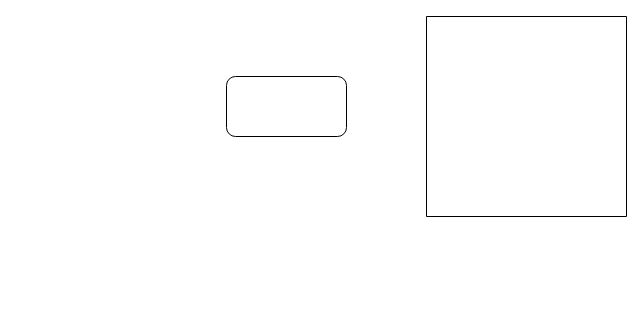
Before: Untitled Diagram.drawio in songyaolun/draw.io, a draw.io diagram. Source tidied: cells renumbered, new cells numbered last; positions are measured from the earlier drawing's top-left corner, leaving out a move shared by most shapes. Both pictures are drawn from the tidied source at 100%, with x=0, y=0 at pixel (226, 16).
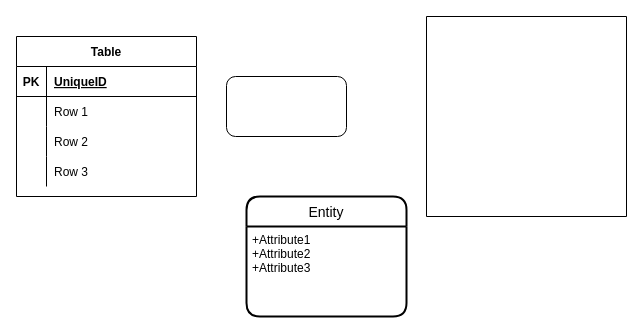
Above is the later version.

What changed in the source:
```diff
@@
 <mxGraphModel>
   <root>
     <mxCell id="0" />
     <mxCell id="1" parent="0" />
     <mxCell id="2" style="rounded=1;whiteSpace=wrap;html=1;" parent="1" vertex="1">
       <mxGeometry y="60" width="120" height="60" as="geometry" />
     </mxCell>
     <mxCell id="3" style="swimlane;startSize=0;" parent="1" vertex="1">
       <mxGeometry x="200" width="200" height="200" as="geometry" />
     </mxCell>
+    <mxCell id="4" value="Table" style="shape=table;startSize=30;childLayout=tableLayout;rowLines=0;fontStyle=1;align=center;" parent="1" vertex="1">
+      <mxGeometry x="-210" y="20" width="180" height="160" as="geometry" />
+    </mxCell>
+    <mxCell id="5" style="shape=partialRectangle;fillColor=none;top=0;left=0;bottom=1;right=0;" parent="4" vertex="1">
+      <mxGeometry y="30" width="180" height="30" as="geometry" />
+    </mxCell>
+    <mxCell id="6" value="PK" style="shape=partialRectangle;fillColor=none;top=0;left=0;bottom=0;right=0;fontStyle=1;overflow=hidden;" parent="5" vertex="1">
+      <mxGeometry width="30" height="30" as="geometry" />
+    </mxCell>
+    <mxCell id="7" value="UniqueID" style="shape=partialRectangle;fillColor=none;top=0;left=0;bottom=0;right=0;align=left;spacingLeft=6;fontStyle=5;overflow=hidden;" parent="5" vertex="1">
+      <mxGeometry x="30" width="150" height="30" as="geometry" />
+    </mxCell>
+    <mxCell id="8" style="shape=partialRectangle;fillColor=none;top=0;left=0;bottom=0;right=0;" parent="4" vertex="1">
+      <mxGeometry y="60" width="180" height="30" as="geometry" />
+    </mxCell>
+    <mxCell id="9" style="shape=partialRectangle;fillColor=none;top=0;left=0;bottom=0;right=0;overflow=hidden;" parent="8" vertex="1">
+      <mxGeometry width="30" height="30" as="geometry" />
+    </mxCell>
+    <mxCell id="10" value="Row 1" style="shape=partialRectangle;fillColor=none;top=0;left=0;bottom=0;right=0;align=left;spacingLeft=6;overflow=hidden;" parent="8" vertex="1">
+      <mxGeometry x="30" width="150" height="30" as="geometry" />
+    </mxCell>
+    <mxCell id="11" style="shape=partialRectangle;fillColor=none;top=0;left=0;bottom=0;right=0;" parent="4" vertex="1">
+      <mxGeometry y="90" width="180" height="30" as="geometry" />
+    </mxCell>
+    <mxCell id="12" style="shape=partialRectangle;fillColor=none;top=0;left=0;bottom=0;right=0;overflow=hidden;" parent="11" vertex="1">
+      <mxGeometry width="30" height="30" as="geometry" />
+    </mxCell>
+    <mxCell id="13" value="Row 2" style="shape=partialRectangle;fillColor=none;top=0;left=0;bottom=0;right=0;align=left;spacingLeft=6;overflow=hidden;" parent="11" vertex="1">
+      <mxGeometry x="30" width="150" height="30" as="geometry" />
+    </mxCell>
+    <mxCell id="14" style="shape=partialRectangle;fillColor=none;top=0;left=0;bottom=0;right=0;" parent="4" vertex="1">
+      <mxGeometry y="120" width="180" height="30" as="geometry" />
+    </mxCell>
+    <mxCell id="15" style="shape=partialRectangle;fillColor=none;top=0;left=0;bottom=0;right=0;overflow=hidden;" parent="14" vertex="1">
+      <mxGeometry width="30" height="30" as="geometry" />
+    </mxCell>
+    <mxCell id="16" value="Row 3" style="shape=partialRectangle;fillColor=none;top=0;left=0;bottom=0;right=0;align=left;spacingLeft=6;overflow=hidden;" parent="14" vertex="1">
+      <mxGeometry x="30" width="150" height="30" as="geometry" />
+    </mxCell>
+    <mxCell id="17" value="Entity" style="swimlane;horizontal=1;startSize=30;rounded=1;fontSize=14;fontStyle=0;strokeWidth=2;shadow=0;dashed=0;align=center;" parent="1" vertex="1">
+      <mxGeometry x="20" y="180" width="160" height="120" as="geometry" />
+    </mxCell>
+    <mxCell id="18" value="+Attribute1&#10;+Attribute2&#10;+Attribute3" style="align=left;strokeColor=none;fillColor=none;spacingLeft=4;fontSize=12;verticalAlign=top;" parent="17" vertex="1">
+      <mxGeometry y="30" width="160" height="90" as="geometry" />
+    </mxCell>
   </root>
 </mxGraphModel>
```
